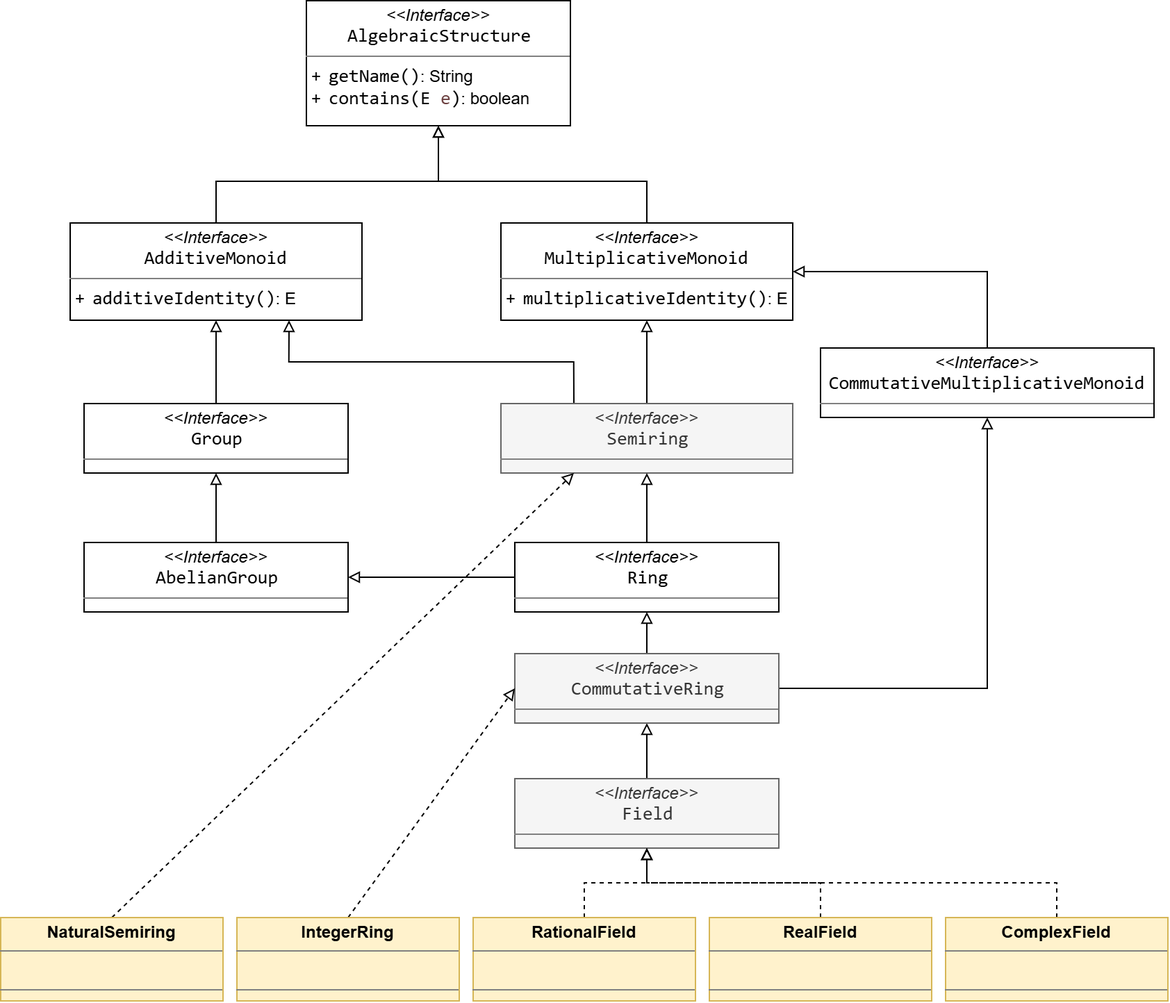
Earlier version of the draw.io export resources/SMFN-algebra-structures.drawio.png (gom9000/SMFN). Source tidied: cells renumbered, new cells last; positions are measured from the earlier drawing's top-left corner, leaving out a move shared by most shapes.
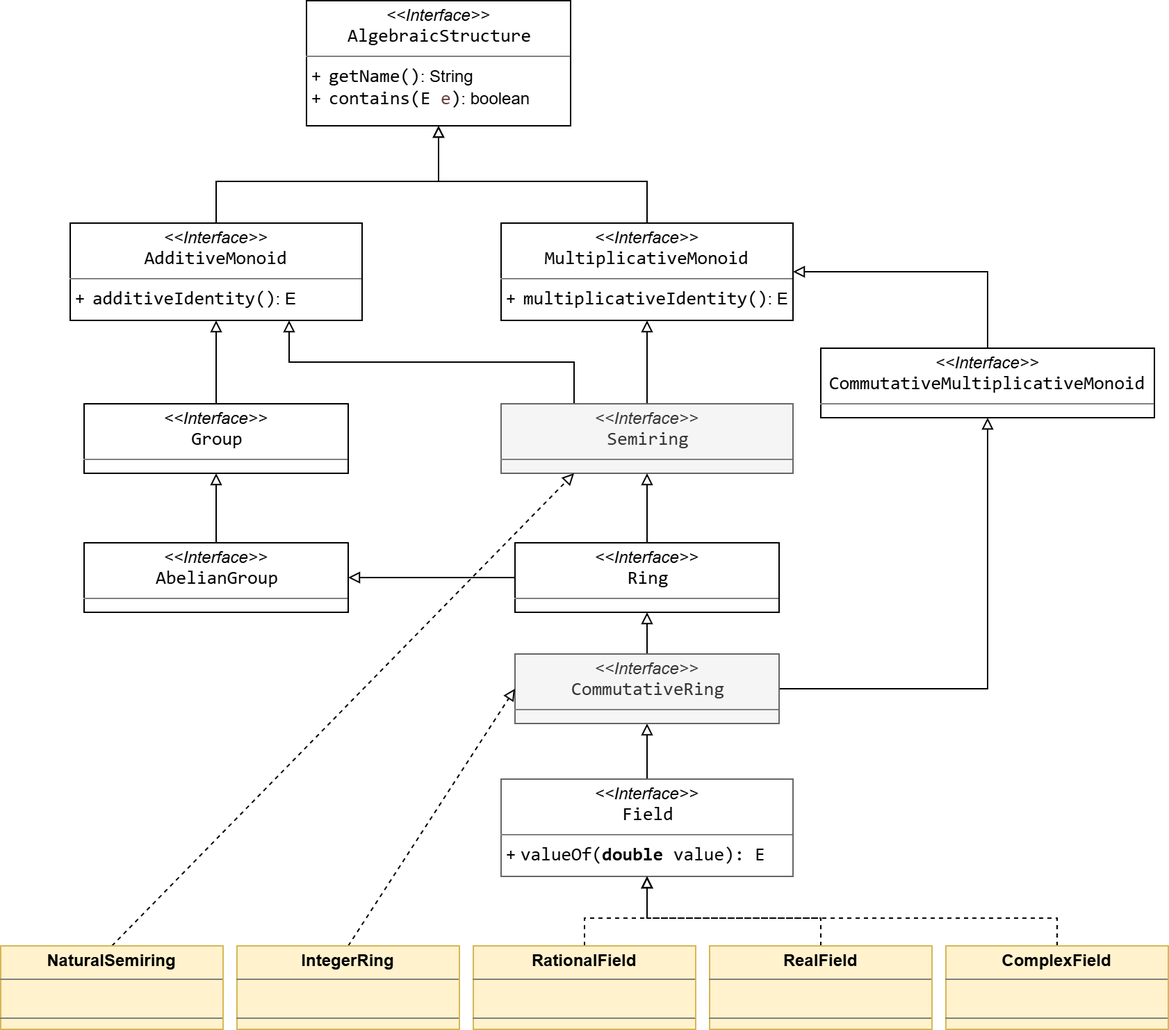
After the commit.

Change to the diagram source:
```diff
@@ -49,8 +49,8 @@
     <mxCell id="15" style="edgeStyle=orthogonalEdgeStyle;rounded=0;jettySize=auto;html=1;exitX=0.5;exitY=0;exitDx=0;exitDy=0;entryX=0.5;entryY=1;entryDx=0;entryDy=0;strokeColor=default;align=center;verticalAlign=middle;fontFamily=Helvetica;fontSize=11;fontColor=default;labelBackgroundColor=default;endArrow=block;endFill=0;" parent="1" edge="1" source="16" target="19">
       <mxGeometry relative="1" as="geometry" />
     </mxCell>
-    <mxCell id="16" value="&lt;p style=&quot;margin:0px;margin-top:4px;text-align:center;&quot;&gt;&lt;i&gt;&amp;lt;&amp;lt;Interface&amp;gt;&amp;gt;&lt;/i&gt;&lt;br&gt;&lt;span style=&quot;padding: 0px 0px 0px 2px;&quot;&gt;&lt;span style=&quot;font-family: Consolas; font-size: 10pt; white-space: pre;&quot;&gt;&lt;span style=&quot;&quot;&gt;Field&lt;/span&gt;&lt;/span&gt;&lt;/span&gt;&lt;/p&gt;&lt;hr size=&quot;1&quot; style=&quot;border-style:solid;&quot;&gt;&lt;p style=&quot;margin:0px;margin-left:4px;&quot;&gt;&lt;/p&gt;&lt;p style=&quot;margin:0px;margin-left:4px;&quot;&gt;&lt;br&gt;&lt;/p&gt;" style="verticalAlign=top;align=left;overflow=fill;html=1;whiteSpace=wrap;labelBackgroundColor=none;fillColor=#f5f5f5;fontColor=#333333;strokeColor=#666666;" parent="1" vertex="1">
-      <mxGeometry x="370" y="560" width="190" height="50" as="geometry" />
+    <mxCell id="16" value="&lt;p style=&quot;margin:0px;margin-top:4px;text-align:center;&quot;&gt;&lt;i&gt;&amp;lt;&amp;lt;Interface&amp;gt;&amp;gt;&lt;/i&gt;&lt;br&gt;&lt;span style=&quot;padding: 0px 0px 0px 2px;&quot;&gt;&lt;span style=&quot;font-family: Consolas; font-size: 10pt; white-space: pre;&quot;&gt;&lt;span style=&quot;&quot;&gt;Field&lt;/span&gt;&lt;/span&gt;&lt;/span&gt;&lt;/p&gt;&lt;hr size=&quot;1&quot; style=&quot;border-style:solid;&quot;&gt;&lt;p style=&quot;margin:0px;margin-left:4px;&quot;&gt;&lt;/p&gt;&lt;p style=&quot;margin:0px;margin-left:4px;&quot;&gt;+&amp;nbsp;&lt;span style=&quot;font-family: Consolas; font-size: 10pt; white-space: pre; background-color: rgb(255, 255, 255);&quot;&gt;valueOf(&lt;/span&gt;&lt;span style=&quot;font-family: Consolas; font-size: 10pt; white-space: pre; background-color: rgb(255, 255, 255); font-weight: bold;&quot;&gt;double&lt;/span&gt;&lt;span style=&quot;font-family: Consolas; font-size: 10pt; white-space: pre; background-color: rgb(255, 255, 255);&quot;&gt; &lt;/span&gt;&lt;span style=&quot;font-family: Consolas; font-size: 10pt; white-space: pre; background-color: rgb(255, 255, 255);&quot;&gt;value&lt;/span&gt;&lt;span style=&quot;font-family: Consolas; font-size: 10pt; white-space: pre; background-color: rgb(255, 255, 255);&quot;&gt;): E&lt;/span&gt;&lt;/p&gt;" style="verticalAlign=top;align=left;overflow=fill;html=1;whiteSpace=wrap;labelBackgroundColor=none;fillColor=default;fontColor=default;strokeColor=#666666;" parent="1" vertex="1">
+      <mxGeometry x="360" y="560" width="210" height="70" as="geometry" />
     </mxCell>
     <mxCell id="17" style="edgeStyle=orthogonalEdgeStyle;rounded=0;jettySize=auto;html=1;exitX=0.5;exitY=0;exitDx=0;exitDy=0;entryX=0.5;entryY=1;entryDx=0;entryDy=0;strokeColor=default;align=center;verticalAlign=middle;fontFamily=Helvetica;fontSize=11;fontColor=default;labelBackgroundColor=default;endArrow=block;endFill=0;" parent="1" edge="1" source="19" target="14">
       <mxGeometry relative="1" as="geometry" />
@@ -79,34 +79,49 @@
       <mxGeometry x="590" y="250" width="240" height="50" as="geometry" />
     </mxCell>
     <mxCell id="24" style="edgeStyle=orthogonalEdgeStyle;rounded=0;jettySize=auto;html=1;exitX=0.5;exitY=0;exitDx=0;exitDy=0;entryX=0.5;entryY=1;entryDx=0;entryDy=0;dashed=1;strokeColor=default;align=center;verticalAlign=middle;fontFamily=Helvetica;fontSize=11;fontColor=default;labelBackgroundColor=default;endArrow=block;endFill=0;" parent="1" edge="1" source="25" target="16">
-      <mxGeometry relative="1" as="geometry" />
+      <mxGeometry relative="1" as="geometry">
+        <Array as="points">
+          <mxPoint x="590" y="660" />
+          <mxPoint x="465" y="660" />
+        </Array>
+      </mxGeometry>
     </mxCell>
     <mxCell id="25" value="&lt;p style=&quot;margin:0px;margin-top:4px;text-align:center;&quot;&gt;&lt;b&gt;RealField&lt;/b&gt;&lt;/p&gt;&lt;hr size=&quot;1&quot; style=&quot;border-style:solid;&quot;&gt;&lt;p style=&quot;margin:0px;margin-left:4px;&quot;&gt;&lt;br&gt;&lt;/p&gt;&lt;hr size=&quot;1&quot; style=&quot;border-style:solid;&quot;&gt;&lt;p style=&quot;margin:0px;margin-left:4px;&quot;&gt;&lt;br&gt;&lt;/p&gt;" style="verticalAlign=top;align=left;overflow=fill;html=1;whiteSpace=wrap;fillColor=#fff2cc;strokeColor=#d6b656;labelBackgroundColor=none;" parent="1" vertex="1">
-      <mxGeometry x="510" y="660" width="160" height="60" as="geometry" />
+      <mxGeometry x="510" y="680" width="160" height="60" as="geometry" />
     </mxCell>
     <mxCell id="26" style="rounded=0;jettySize=auto;html=1;exitX=0.5;exitY=0;exitDx=0;exitDy=0;entryX=0.25;entryY=1;entryDx=0;entryDy=0;dashed=1;endArrow=block;endFill=0;" parent="1" edge="1" source="27" target="7">
       <mxGeometry relative="1" as="geometry" />
     </mxCell>
     <mxCell id="27" value="&lt;p style=&quot;margin:0px;margin-top:4px;text-align:center;&quot;&gt;&lt;b&gt;NaturalSemiring&lt;/b&gt;&lt;/p&gt;&lt;hr size=&quot;1&quot; style=&quot;border-style:solid;&quot;&gt;&lt;p style=&quot;margin:0px;margin-left:4px;&quot;&gt;&lt;br&gt;&lt;/p&gt;&lt;hr size=&quot;1&quot; style=&quot;border-style:solid;&quot;&gt;&lt;p style=&quot;margin:0px;margin-left:4px;&quot;&gt;&lt;br&gt;&lt;/p&gt;" style="verticalAlign=top;align=left;overflow=fill;html=1;whiteSpace=wrap;fillColor=#fff2cc;strokeColor=#d6b656;labelBackgroundColor=none;" parent="1" vertex="1">
-      <mxGeometry y="660" width="160" height="60" as="geometry" />
+      <mxGeometry y="680" width="160" height="60" as="geometry" />
     </mxCell>
     <mxCell id="28" style="edgeStyle=orthogonalEdgeStyle;rounded=0;jettySize=auto;html=1;exitX=0.5;exitY=0;exitDx=0;exitDy=0;entryX=0.5;entryY=1;entryDx=0;entryDy=0;dashed=1;strokeColor=default;align=center;verticalAlign=middle;fontFamily=Helvetica;fontSize=11;fontColor=default;labelBackgroundColor=default;endArrow=block;endFill=0;" parent="1" edge="1" source="29" target="16">
-      <mxGeometry relative="1" as="geometry" />
+      <mxGeometry relative="1" as="geometry">
+        <Array as="points">
+          <mxPoint x="420" y="660" />
+          <mxPoint x="465" y="660" />
+        </Array>
+      </mxGeometry>
     </mxCell>
     <mxCell id="29" value="&lt;p style=&quot;margin:0px;margin-top:4px;text-align:center;&quot;&gt;&lt;b&gt;RationalField&lt;/b&gt;&lt;/p&gt;&lt;hr size=&quot;1&quot; style=&quot;border-style:solid;&quot;&gt;&lt;p style=&quot;margin:0px;margin-left:4px;&quot;&gt;&lt;br&gt;&lt;/p&gt;&lt;hr size=&quot;1&quot; style=&quot;border-style:solid;&quot;&gt;&lt;p style=&quot;margin:0px;margin-left:4px;&quot;&gt;&lt;br&gt;&lt;/p&gt;" style="verticalAlign=top;align=left;overflow=fill;html=1;whiteSpace=wrap;fillColor=#fff2cc;strokeColor=#d6b656;labelBackgroundColor=none;" parent="1" vertex="1">
-      <mxGeometry x="340" y="660" width="160" height="60" as="geometry" />
+      <mxGeometry x="340" y="680" width="160" height="60" as="geometry" />
     </mxCell>
     <mxCell id="30" style="rounded=0;jettySize=auto;html=1;exitX=0.5;exitY=0;exitDx=0;exitDy=0;entryX=0;entryY=0.5;entryDx=0;entryDy=0;dashed=1;strokeColor=default;align=center;verticalAlign=middle;fontFamily=Helvetica;fontSize=11;fontColor=default;labelBackgroundColor=default;endArrow=block;endFill=0;" parent="1" edge="1" source="31" target="19">
       <mxGeometry relative="1" as="geometry" />
     </mxCell>
     <mxCell id="31" value="&lt;p style=&quot;margin:0px;margin-top:4px;text-align:center;&quot;&gt;&lt;b&gt;IntegerRing&lt;/b&gt;&lt;/p&gt;&lt;hr size=&quot;1&quot; style=&quot;border-style:solid;&quot;&gt;&lt;p style=&quot;margin:0px;margin-left:4px;&quot;&gt;&lt;br&gt;&lt;/p&gt;&lt;hr size=&quot;1&quot; style=&quot;border-style:solid;&quot;&gt;&lt;p style=&quot;margin:0px;margin-left:4px;&quot;&gt;&lt;br&gt;&lt;/p&gt;" style="verticalAlign=top;align=left;overflow=fill;html=1;whiteSpace=wrap;fillColor=#fff2cc;strokeColor=#d6b656;labelBackgroundColor=none;" parent="1" vertex="1">
-      <mxGeometry x="170" y="660" width="160" height="60" as="geometry" />
+      <mxGeometry x="170" y="680" width="160" height="60" as="geometry" />
     </mxCell>
     <mxCell id="32" style="edgeStyle=orthogonalEdgeStyle;rounded=0;jettySize=auto;html=1;exitX=0.5;exitY=0;exitDx=0;exitDy=0;entryX=0.5;entryY=1;entryDx=0;entryDy=0;dashed=1;strokeColor=default;align=center;verticalAlign=middle;fontFamily=Helvetica;fontSize=11;fontColor=default;labelBackgroundColor=default;endArrow=block;endFill=0;" parent="1" edge="1" source="33" target="16">
-      <mxGeometry relative="1" as="geometry" />
+      <mxGeometry relative="1" as="geometry">
+        <Array as="points">
+          <mxPoint x="760" y="660" />
+          <mxPoint x="465" y="660" />
+        </Array>
+      </mxGeometry>
     </mxCell>
     <mxCell id="33" value="&lt;p style=&quot;margin:0px;margin-top:4px;text-align:center;&quot;&gt;&lt;b&gt;ComplexField&lt;/b&gt;&lt;/p&gt;&lt;hr size=&quot;1&quot; style=&quot;border-style:solid;&quot;&gt;&lt;p style=&quot;margin:0px;margin-left:4px;&quot;&gt;&lt;br&gt;&lt;/p&gt;&lt;hr size=&quot;1&quot; style=&quot;border-style:solid;&quot;&gt;&lt;p style=&quot;margin:0px;margin-left:4px;&quot;&gt;&lt;br&gt;&lt;/p&gt;" style="verticalAlign=top;align=left;overflow=fill;html=1;whiteSpace=wrap;fillColor=#fff2cc;strokeColor=#d6b656;labelBackgroundColor=none;" parent="1" vertex="1">
-      <mxGeometry x="680" y="660" width="160" height="60" as="geometry" />
+      <mxGeometry x="680" y="680" width="160" height="60" as="geometry" />
     </mxCell>
   </root>
 </mxGraphModel>
```
